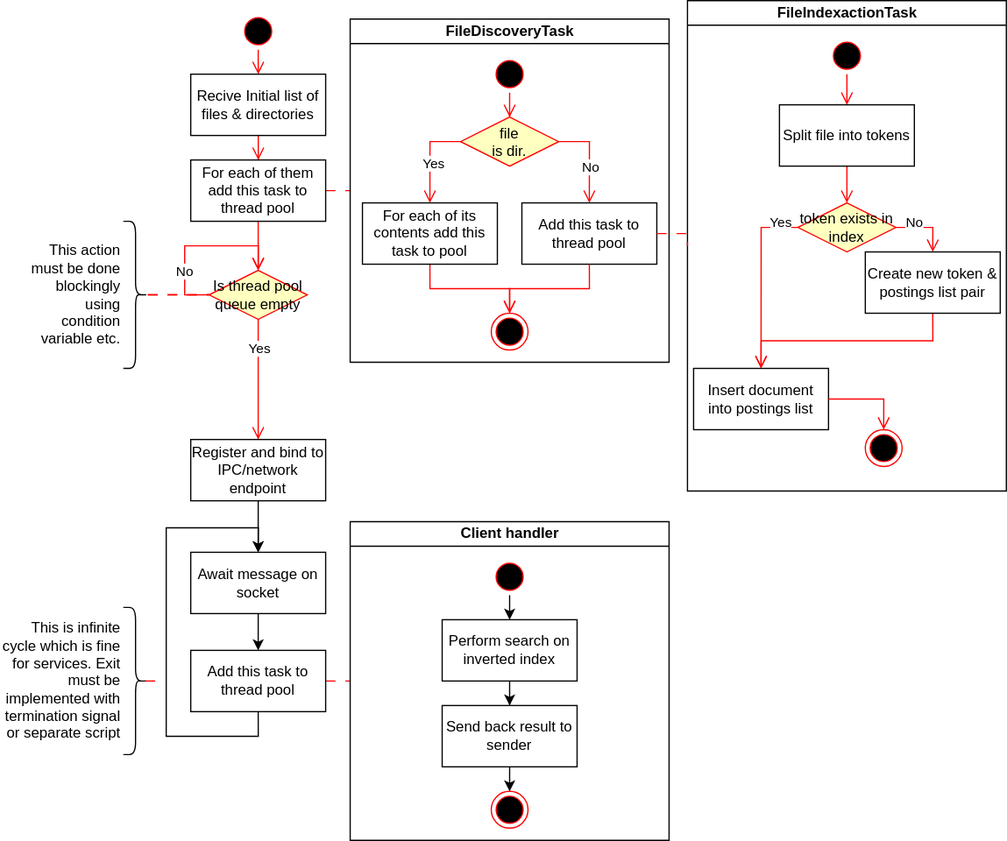
The draw.io diagram model/SystemActivityDiagram.svg in TehpphoENIX/KPI7_PC_CW, before a commit. Source tidied: cells renumbered, new cells last; positions are measured from the earlier drawing's top-left corner, leaving out a move shared by most shapes.
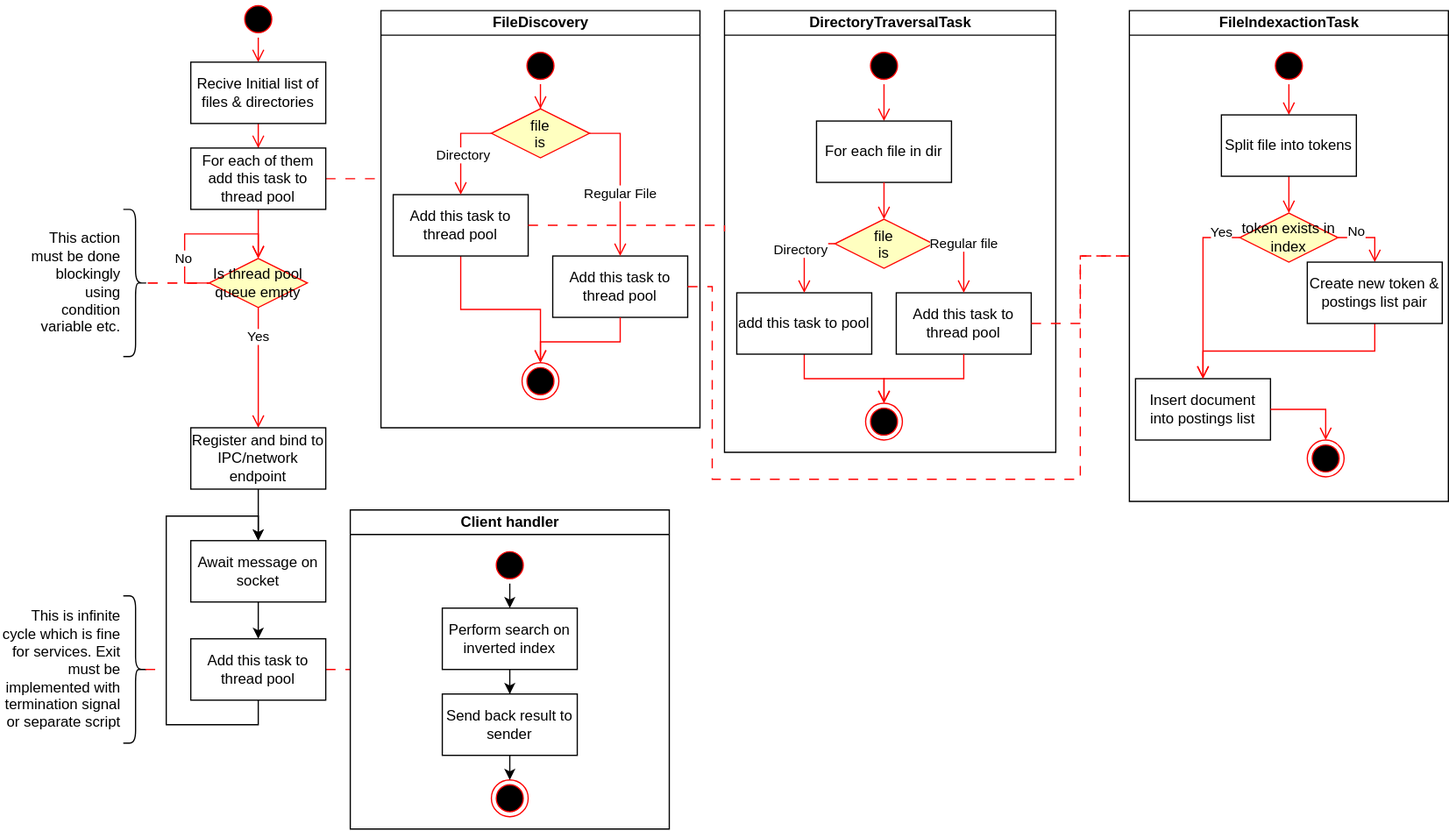
The same file after the commit.

Diff of the diagram source:
```diff
@@ -14,8 +14,10 @@
     <mxCell id="5" value="Recive Initial list of files &amp; directories" style="whiteSpace=wrap;" parent="1" vertex="1">
       <mxGeometry x="155" y="60" width="110" height="50" as="geometry" />
     </mxCell>
-    <mxCell id="6" style="edgeStyle=orthogonalEdgeStyle;rounded=0;jettySize=auto;html=1;exitX=1;exitY=0.5;exitDx=0;exitDy=0;entryX=0;entryY=0.5;entryDx=0;entryDy=0;endArrow=none;endFill=0;dashed=1;fillColor=#f8cecc;strokeColor=#FF0000;strokeWidth=1;verticalAlign=bottom;endSize=8;dashPattern=8 8;" parent="1" edge="1" source="8" target="9">
-      <mxGeometry relative="1" as="geometry" />
+    <mxCell id="6" style="edgeStyle=orthogonalEdgeStyle;rounded=0;jettySize=auto;html=1;exitX=1;exitY=0.5;exitDx=0;exitDy=0;endArrow=none;endFill=0;dashed=1;fillColor=#f8cecc;strokeColor=#FF0000;strokeWidth=1;verticalAlign=bottom;endSize=8;dashPattern=8 8;" parent="1" edge="1" source="8">
+      <mxGeometry relative="1" as="geometry">
+        <mxPoint x="310" y="155" as="targetPoint" />
+      </mxGeometry>
     </mxCell>
     <mxCell id="7" style="edgeStyle=orthogonalEdgeStyle;rounded=0;jettySize=auto;html=1;exitX=0.5;exitY=1;exitDx=0;exitDy=0;entryX=0.5;entryY=0;entryDx=0;entryDy=0;endArrow=open;verticalAlign=bottom;strokeColor=#FF0000;endSize=8;endFill=1;" parent="1" edge="1" source="8" target="40">
       <mxGeometry relative="1" as="geometry" />
@@ -23,51 +25,57 @@
     <mxCell id="8" value="For each of them add this task to thread pool" style="whiteSpace=wrap;" parent="1" vertex="1">
       <mxGeometry x="155" y="130" width="110" height="50" as="geometry" />
     </mxCell>
-    <mxCell id="9" value="FileDiscoveryTask" style="swimlane;startSize=20;html=1;" parent="1" vertex="1">
-      <mxGeometry x="285" y="15" width="260" height="280" as="geometry" />
+    <mxCell id="9" value="DirectoryTraversalTask" style="swimlane;startSize=20;html=1;" parent="1" vertex="1">
+      <mxGeometry x="590" y="18" width="270" height="360" as="geometry" />
     </mxCell>
-    <mxCell id="10" value="file &#10;is dir." style="rhombus;fillColor=#ffffc0;strokeColor=#ff0000;" parent="9" vertex="1">
-      <mxGeometry x="90" y="80" width="80" height="40" as="geometry" />
+    <mxCell id="10" value="file&#10;is" style="rhombus;fillColor=#ffffc0;strokeColor=#ff0000;" parent="9" vertex="1">
+      <mxGeometry x="90" y="170" width="80" height="40" as="geometry" />
     </mxCell>
-    <mxCell id="11" style="edgeStyle=orthogonalEdgeStyle;rounded=0;jettySize=auto;html=1;exitX=0.5;exitY=1;exitDx=0;exitDy=0;endArrow=open;verticalAlign=bottom;strokeColor=#FF0000;endSize=8;endFill=1;" parent="9" edge="1" source="16" target="10">
+    <mxCell id="11" style="edgeStyle=orthogonalEdgeStyle;rounded=0;jettySize=auto;html=1;exitX=0.5;exitY=1;exitDx=0;exitDy=0;endArrow=open;verticalAlign=bottom;strokeColor=#FF0000;endSize=8;endFill=1;entryX=0.5;entryY=0;entryDx=0;entryDy=0;" parent="9" edge="1" source="16" target="65">
       <mxGeometry relative="1" as="geometry" />
     </mxCell>
     <mxCell id="12" style="edgeStyle=orthogonalEdgeStyle;rounded=0;jettySize=auto;html=1;exitX=0.5;exitY=1;exitDx=0;exitDy=0;entryX=0.5;entryY=0;entryDx=0;entryDy=0;endArrow=open;verticalAlign=bottom;strokeColor=#FF0000;endSize=8;endFill=1;" parent="9" edge="1" source="13" target="17">
       <mxGeometry relative="1" as="geometry" />
     </mxCell>
-    <mxCell id="13" value="For each of its contents add this task to pool" style="whiteSpace=wrap;" parent="9" vertex="1">
-      <mxGeometry x="10" y="150" width="110" height="50" as="geometry" />
+    <mxCell id="13" value="add this task to pool" style="whiteSpace=wrap;" parent="9" vertex="1">
+      <mxGeometry x="10" y="230" width="110" height="50" as="geometry" />
     </mxCell>
     <mxCell id="14" style="edgeStyle=orthogonalEdgeStyle;rounded=0;jettySize=auto;html=1;entryX=0.5;entryY=0;entryDx=0;entryDy=0;exitX=0;exitY=0.5;exitDx=0;exitDy=0;endArrow=open;verticalAlign=bottom;strokeColor=#FF0000;endSize=8;endFill=1;" parent="9" edge="1" source="10" target="13">
       <mxGeometry relative="1" as="geometry" />
     </mxCell>
-    <mxCell id="15" value="Yes" style="edgeLabel;html=1;align=center;verticalAlign=middle;" parent="14" vertex="1">
+    <mxCell id="15" value="Directory" style="edgeLabel;html=1;align=center;verticalAlign=middle;" parent="14" vertex="1">
       <mxGeometry x="-0.34" y="2" relative="1" as="geometry">
-        <mxPoint y="18" as="offset" />
+        <mxPoint x="-7" y="3" as="offset" />
       </mxGeometry>
     </mxCell>
     <mxCell id="16" style="ellipse;shape=startState;fillColor=#000000;strokeColor=#ff0000;" parent="9" vertex="1">
       <mxGeometry x="115" y="30" width="30" height="30" as="geometry" />
     </mxCell>
     <mxCell id="17" style="ellipse;shape=endState;fillColor=#000000;strokeColor=#ff0000;" parent="9" vertex="1">
-      <mxGeometry x="115" y="240" width="30" height="30" as="geometry" />
+      <mxGeometry x="115" y="320" width="30" height="30" as="geometry" />
     </mxCell>
     <mxCell id="18" value="Add this task to thread pool" style="whiteSpace=wrap;" parent="9" vertex="1">
-      <mxGeometry x="140" y="150" width="110" height="50" as="geometry" />
+      <mxGeometry x="140" y="230" width="110" height="50" as="geometry" />
     </mxCell>
     <mxCell id="19" style="edgeStyle=orthogonalEdgeStyle;rounded=0;jettySize=auto;html=1;entryX=0.5;entryY=0;entryDx=0;entryDy=0;exitX=1;exitY=0.5;exitDx=0;exitDy=0;endArrow=open;verticalAlign=bottom;strokeColor=#FF0000;endSize=8;endFill=1;" parent="9" edge="1" source="10" target="18">
       <mxGeometry relative="1" as="geometry" />
     </mxCell>
-    <mxCell id="20" value="No" style="edgeLabel;html=1;align=center;verticalAlign=middle;" parent="19" vertex="1">
+    <mxCell id="20" value="Regular file" style="edgeLabel;html=1;align=center;verticalAlign=middle;" parent="19" vertex="1">
       <mxGeometry x="0.13" relative="1" as="geometry">
-        <mxPoint y="3" as="offset" />
+        <mxPoint y="-12" as="offset" />
       </mxGeometry>
     </mxCell>
     <mxCell id="21" style="edgeStyle=orthogonalEdgeStyle;rounded=0;jettySize=auto;html=1;entryX=0.5;entryY=0;entryDx=0;entryDy=0;exitX=0.5;exitY=1;exitDx=0;exitDy=0;endArrow=open;verticalAlign=bottom;strokeColor=#FF0000;endSize=8;endFill=1;" parent="9" edge="1" source="18" target="17">
       <mxGeometry relative="1" as="geometry" />
     </mxCell>
+    <mxCell id="65" value="For each file in dir" style="whiteSpace=wrap;" parent="9" vertex="1">
+      <mxGeometry x="75" y="90" width="110" height="50" as="geometry" />
+    </mxCell>
+    <mxCell id="66" style="edgeStyle=orthogonalEdgeStyle;rounded=0;jettySize=auto;html=1;exitX=0.5;exitY=1;exitDx=0;exitDy=0;endArrow=open;verticalAlign=bottom;strokeColor=#FF0000;endSize=8;endFill=1;entryX=0.5;entryY=0;entryDx=0;entryDy=0;" parent="9" edge="1" source="65" target="10">
+      <mxGeometry relative="1" as="geometry" />
+    </mxCell>
     <mxCell id="22" value="FileIndexactionTask" style="swimlane;startSize=20;html=1;" parent="1" vertex="1">
-      <mxGeometry x="560" width="260" height="400" as="geometry" />
+      <mxGeometry x="920" y="18" width="260" height="400" as="geometry" />
     </mxCell>
     <mxCell id="23" style="edgeStyle=orthogonalEdgeStyle;rounded=0;jettySize=auto;html=1;exitX=0.5;exitY=1;exitDx=0;exitDy=0;entryX=0.5;entryY=0;entryDx=0;entryDy=0;endArrow=open;verticalAlign=bottom;strokeColor=#FF0000;endSize=8;endFill=1;" parent="22" edge="1" source="26" target="25">
       <mxGeometry relative="1" as="geometry" />
@@ -216,5 +224,65 @@
     <mxCell id="64" value="&lt;div style=&quot;&quot;&gt;This is infinite cycle which is fine for services. Exit must be implemented with termination signal or separate script&lt;/div&gt;" style="text;html=1;strokeColor=none;fillColor=none;align=right;verticalAlign=middle;whiteSpace=wrap;rounded=0;" parent="1" vertex="1">
       <mxGeometry y="495" width="100" height="120" as="geometry" />
     </mxCell>
+    <mxCell id="67" value="FileDiscovery" style="swimlane;startSize=20;html=1;" parent="1" vertex="1">
+      <mxGeometry x="310" y="18" width="260" height="340" as="geometry" />
+    </mxCell>
+    <mxCell id="68" value="file &#10;is" style="rhombus;fillColor=#ffffc0;strokeColor=#ff0000;" parent="67" vertex="1">
+      <mxGeometry x="90" y="80" width="80" height="40" as="geometry" />
+    </mxCell>
+    <mxCell id="69" style="edgeStyle=orthogonalEdgeStyle;rounded=0;jettySize=auto;html=1;exitX=0.5;exitY=1;exitDx=0;exitDy=0;endArrow=open;verticalAlign=bottom;strokeColor=#FF0000;endSize=8;endFill=1;" parent="67" edge="1" source="74" target="68">
+      <mxGeometry relative="1" as="geometry" />
+    </mxCell>
+    <mxCell id="70" style="edgeStyle=orthogonalEdgeStyle;rounded=0;jettySize=auto;html=1;exitX=0.5;exitY=1;exitDx=0;exitDy=0;entryX=0.5;entryY=0;entryDx=0;entryDy=0;endArrow=open;verticalAlign=bottom;strokeColor=#FF0000;endSize=8;endFill=1;" parent="67" edge="1" source="71" target="75">
+      <mxGeometry relative="1" as="geometry" />
+    </mxCell>
+    <mxCell id="71" value="Add this task to thread pool" style="whiteSpace=wrap;" parent="67" vertex="1">
+      <mxGeometry x="10" y="150" width="110" height="50" as="geometry" />
+    </mxCell>
+    <mxCell id="72" style="edgeStyle=orthogonalEdgeStyle;rounded=0;jettySize=auto;html=1;entryX=0.5;entryY=0;entryDx=0;entryDy=0;exitX=0;exitY=0.5;exitDx=0;exitDy=0;endArrow=open;verticalAlign=bottom;strokeColor=#FF0000;endSize=8;endFill=1;" parent="67" edge="1" source="68" target="71">
+      <mxGeometry relative="1" as="geometry" />
+    </mxCell>
+    <mxCell id="73" value="Directory" style="edgeLabel;html=1;align=center;verticalAlign=middle;" parent="72" vertex="1">
+      <mxGeometry x="-0.34" y="2" relative="1" as="geometry">
+        <mxPoint y="18" as="offset" />
+      </mxGeometry>
+    </mxCell>
+    <mxCell id="74" style="ellipse;shape=startState;fillColor=#000000;strokeColor=#ff0000;" parent="67" vertex="1">
+      <mxGeometry x="115" y="30" width="30" height="30" as="geometry" />
+    </mxCell>
+    <mxCell id="75" style="ellipse;shape=endState;fillColor=#000000;strokeColor=#ff0000;" parent="67" vertex="1">
+      <mxGeometry x="115" y="287" width="30" height="30" as="geometry" />
+    </mxCell>
+    <mxCell id="76" value="Add this task to thread pool" style="whiteSpace=wrap;" parent="67" vertex="1">
+      <mxGeometry x="140" y="200" width="110" height="50" as="geometry" />
+    </mxCell>
+    <mxCell id="77" style="edgeStyle=orthogonalEdgeStyle;rounded=0;jettySize=auto;html=1;entryX=0.5;entryY=0;entryDx=0;entryDy=0;exitX=1;exitY=0.5;exitDx=0;exitDy=0;endArrow=open;verticalAlign=bottom;strokeColor=#FF0000;endSize=8;endFill=1;" parent="67" edge="1" source="68" target="76">
+      <mxGeometry relative="1" as="geometry" />
+    </mxCell>
+    <mxCell id="78" value="Regular File" style="edgeLabel;html=1;align=center;verticalAlign=middle;" parent="77" vertex="1">
+      <mxGeometry x="0.13" relative="1" as="geometry">
+        <mxPoint y="3" as="offset" />
+      </mxGeometry>
+    </mxCell>
+    <mxCell id="79" style="edgeStyle=orthogonalEdgeStyle;rounded=0;jettySize=auto;html=1;entryX=0.5;entryY=0;entryDx=0;entryDy=0;exitX=0.5;exitY=1;exitDx=0;exitDy=0;endArrow=open;verticalAlign=bottom;strokeColor=#FF0000;endSize=8;endFill=1;" parent="67" edge="1" source="76" target="75">
+      <mxGeometry relative="1" as="geometry" />
+    </mxCell>
+    <mxCell id="80" style="edgeStyle=orthogonalEdgeStyle;rounded=0;jettySize=auto;html=1;exitX=1;exitY=0.5;exitDx=0;exitDy=0;endArrow=none;endFill=0;dashed=1;fillColor=#f8cecc;strokeColor=#FF0000;strokeWidth=1;verticalAlign=bottom;endSize=8;dashPattern=8 8;entryX=0;entryY=0.5;entryDx=0;entryDy=0;" parent="1" edge="1" source="71" target="9">
+      <mxGeometry relative="1" as="geometry">
+        <Array as="points">
+          <mxPoint x="590" y="193" />
+        </Array>
+      </mxGeometry>
+    </mxCell>
+    <mxCell id="81" style="edgeStyle=orthogonalEdgeStyle;rounded=0;jettySize=auto;html=1;exitX=1;exitY=0.5;exitDx=0;exitDy=0;entryX=0;entryY=0.5;entryDx=0;entryDy=0;endArrow=none;strokeColor=#FF0000;endFill=0;dashed=1;fillColor=#f8cecc;strokeWidth=1;verticalAlign=bottom;endSize=8;dashPattern=8 8;" parent="1" edge="1" source="76" target="22">
+      <mxGeometry relative="1" as="geometry">
+        <Array as="points">
+          <mxPoint x="580" y="243" />
+          <mxPoint x="580" y="400" />
+          <mxPoint x="880" y="400" />
+          <mxPoint x="880" y="218" />
+        </Array>
+      </mxGeometry>
+    </mxCell>
   </root>
 </mxGraphModel>
```
